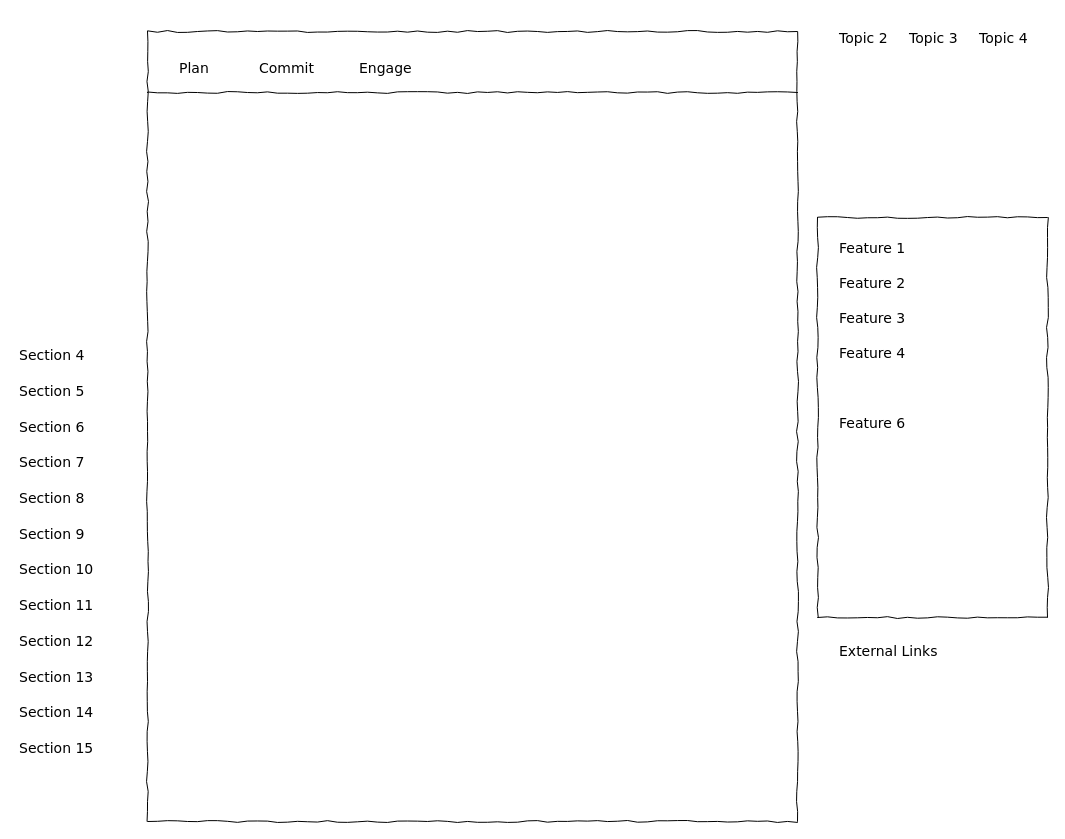
This is Untitled Diagram.drawio from jamesdvance/meal_maker, a draw.io file, before an edit. Source tidied: cells renumbered, new cells numbered last; positions are measured from the earlier drawing's top-left corner, leaving out a move shared by most shapes. Both pictures are drawn from the tidied source at 100%, with x=0, y=0 at pixel (17, 27). Pictures stored in the file or linked from it are replaced by grey dashed boxes.
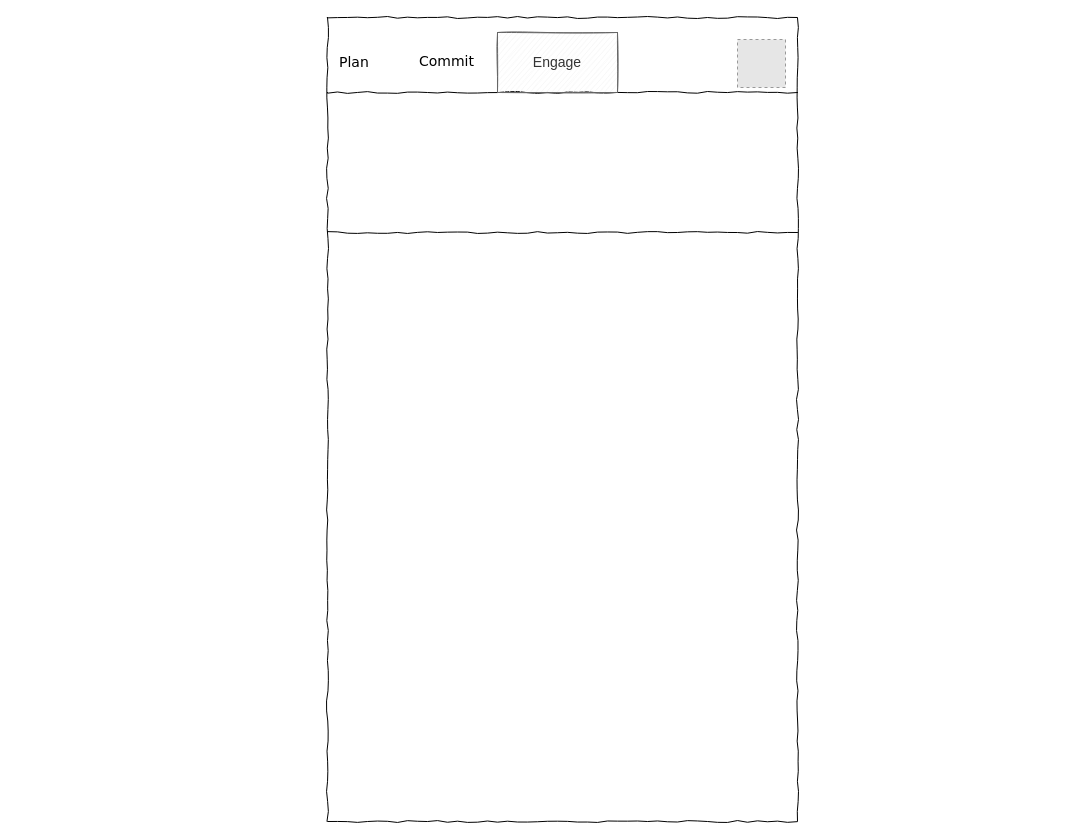
Above is the later version.

The edit, as a diff of the source:
```diff
@@
     <mxCell id="2" style="whiteSpace=wrap;html=1;rounded=0;shadow=0;labelBackgroundColor=none;strokeColor=#000000;strokeWidth=1;fillColor=none;fontFamily=Verdana;fontSize=12;fontColor=#000000;align=center;comic=1;" parent="1" vertex="1">
-      <mxGeometry x="130" y="4" width="650" height="790" as="geometry" />
+      <mxGeometry x="310" y="-10" width="470" height="804" as="geometry" />
     </mxCell>
-    <mxCell id="3" value="Plan" style="text;html=1;align=left;verticalAlign=top;spacingTop=-4;fontSize=14;fontFamily=Verdana;" parent="1" vertex="1">
-      <mxGeometry x="160" y="30" width="60" height="20" as="geometry" />
+    <mxCell id="3" value="Plan" style="text;html=1;align=left;verticalAlign=middle;spacingTop=-4;fontSize=14;fontFamily=Verdana;" parent="1" vertex="1">
+      <mxGeometry x="320" y="7" width="60" height="60" as="geometry" />
     </mxCell>
-    <mxCell id="4" value="Topic 2" style="text;html=1;align=left;verticalAlign=top;spacingTop=-4;fontSize=14;fontFamily=Verdana;" parent="1" vertex="1">
-      <mxGeometry x="820" width="60" height="20" as="geometry" />
-    </mxCell>
-    <mxCell id="5" value="Topic 3" style="text;html=1;align=left;verticalAlign=top;spacingTop=-4;fontSize=14;fontFamily=Verdana;" parent="1" vertex="1">
-      <mxGeometry x="890" width="60" height="20" as="geometry" />
-    </mxCell>
-    <mxCell id="6" value="Topic 4" style="text;html=1;align=left;verticalAlign=top;spacingTop=-4;fontSize=14;fontFamily=Verdana;" parent="1" vertex="1">
-      <mxGeometry x="960" width="60" height="20" as="geometry" />
-    </mxCell>
     <mxCell id="7" style="line;strokeWidth=1;html=1;rounded=0;shadow=0;labelBackgroundColor=none;fillColor=none;fontFamily=Verdana;fontSize=14;fontColor=#000000;align=center;comic=1;" parent="1" vertex="1">
-      <mxGeometry x="130" y="60" width="650" height="10" as="geometry" />
+      <mxGeometry x="310" y="60" width="470" height="10" as="geometry" />
     </mxCell>
-    <mxCell id="8" style="whiteSpace=wrap;html=1;rounded=0;shadow=0;labelBackgroundColor=none;strokeWidth=1;fillColor=none;fontFamily=Verdana;fontSize=12;align=center;comic=1;" parent="1" vertex="1">
-      <mxGeometry x="800" y="190" width="230" height="400" as="geometry" />
-    </mxCell>
-    <mxCell id="9" value="Section 4" style="text;html=1;align=left;verticalAlign=top;spacingTop=-4;fontSize=14;fontFamily=Verdana;" parent="1" vertex="1">
-      <mxGeometry y="317" width="170" height="20" as="geometry" />
-    </mxCell>
-    <mxCell id="10" value="Section 7" style="text;html=1;align=left;verticalAlign=top;spacingTop=-4;fontSize=14;fontFamily=Verdana;" parent="1" vertex="1">
-      <mxGeometry y="424" width="170" height="20" as="geometry" />
-    </mxCell>
-    <mxCell id="11" value="Section 8" style="text;html=1;align=left;verticalAlign=top;spacingTop=-4;fontSize=14;fontFamily=Verdana;" parent="1" vertex="1">
-      <mxGeometry y="460" width="170" height="20" as="geometry" />
-    </mxCell>
-    <mxCell id="12" value="Section 9" style="text;html=1;align=left;verticalAlign=top;spacingTop=-4;fontSize=14;fontFamily=Verdana;" parent="1" vertex="1">
-      <mxGeometry y="496" width="170" height="20" as="geometry" />
-    </mxCell>
-    <mxCell id="13" value="Section 10" style="text;html=1;align=left;verticalAlign=top;spacingTop=-4;fontSize=14;fontFamily=Verdana;" parent="1" vertex="1">
-      <mxGeometry y="531" width="170" height="20" as="geometry" />
-    </mxCell>
-    <mxCell id="14" value="Section 11" style="text;html=1;align=left;verticalAlign=top;spacingTop=-4;fontSize=14;fontFamily=Verdana;" parent="1" vertex="1">
-      <mxGeometry y="567" width="170" height="20" as="geometry" />
-    </mxCell>
-    <mxCell id="15" value="Section 12" style="text;html=1;align=left;verticalAlign=top;spacingTop=-4;fontSize=14;fontFamily=Verdana;" parent="1" vertex="1">
-      <mxGeometry y="603" width="170" height="20" as="geometry" />
-    </mxCell>
-    <mxCell id="16" value="Section 13" style="text;html=1;align=left;verticalAlign=top;spacingTop=-4;fontSize=14;fontFamily=Verdana;" parent="1" vertex="1">
-      <mxGeometry y="639" width="170" height="20" as="geometry" />
-    </mxCell>
-    <mxCell id="17" value="Section 14" style="text;html=1;align=left;verticalAlign=top;spacingTop=-4;fontSize=14;fontFamily=Verdana;" parent="1" vertex="1">
-      <mxGeometry y="674" width="170" height="20" as="geometry" />
-    </mxCell>
-    <mxCell id="18" value="Section 5" style="text;html=1;align=left;verticalAlign=top;spacingTop=-4;fontSize=14;fontFamily=Verdana;" parent="1" vertex="1">
-      <mxGeometry y="353" width="170" height="20" as="geometry" />
-    </mxCell>
-    <mxCell id="19" value="Section 6" style="text;html=1;align=left;verticalAlign=top;spacingTop=-4;fontSize=14;fontFamily=Verdana;" parent="1" vertex="1">
-      <mxGeometry y="389" width="170" height="20" as="geometry" />
-    </mxCell>
-    <mxCell id="20" value="Section 15" style="text;html=1;align=left;verticalAlign=top;spacingTop=-4;fontSize=14;fontFamily=Verdana;" parent="1" vertex="1">
-      <mxGeometry y="710" width="170" height="20" as="geometry" />
-    </mxCell>
-    <mxCell id="21" value="External Links" style="text;html=1;align=left;verticalAlign=top;spacingTop=-4;fontSize=14;fontFamily=Verdana;" parent="1" vertex="1">
-      <mxGeometry x="820" y="613" width="170" height="20" as="geometry" />
-    </mxCell>
-    <mxCell id="22" value="Feature 1" style="text;html=1;align=left;verticalAlign=top;spacingTop=-4;fontSize=14;fontFamily=Verdana;" parent="1" vertex="1">
-      <mxGeometry x="820" y="210" width="170" height="20" as="geometry" />
-    </mxCell>
-    <mxCell id="23" value="Feature 2" style="text;html=1;align=left;verticalAlign=top;spacingTop=-4;fontSize=14;fontFamily=Verdana;" parent="1" vertex="1">
-      <mxGeometry x="820" y="245" width="170" height="20" as="geometry" />
-    </mxCell>
-    <mxCell id="24" value="Feature 3" style="text;html=1;align=left;verticalAlign=top;spacingTop=-4;fontSize=14;fontFamily=Verdana;" parent="1" vertex="1">
-      <mxGeometry x="820" y="280" width="170" height="20" as="geometry" />
-    </mxCell>
-    <mxCell id="25" value="Feature 4" style="text;html=1;align=left;verticalAlign=top;spacingTop=-4;fontSize=14;fontFamily=Verdana;" parent="1" vertex="1">
-      <mxGeometry x="820" y="315" width="170" height="20" as="geometry" />
-    </mxCell>
-    <mxCell id="26" value="Feature 6" style="text;html=1;align=left;verticalAlign=top;spacingTop=-4;fontSize=14;fontFamily=Verdana;" parent="1" vertex="1">
-      <mxGeometry x="820" y="385" width="170" height="20" as="geometry" />
-    </mxCell>
-    <mxCell id="27" value="Commit" style="text;html=1;align=left;verticalAlign=top;spacingTop=-4;fontSize=14;fontFamily=Verdana;" parent="1" vertex="1">
-      <mxGeometry x="240" y="30" width="60" height="20" as="geometry" />
+    <mxCell id="27" value="Commit" style="text;html=1;align=left;verticalAlign=middle;spacingTop=-4;fontSize=14;fontFamily=Verdana;" parent="1" vertex="1">
+      <mxGeometry x="400" y="11" width="60" height="50" as="geometry" />
     </mxCell>
-    <mxCell id="28" value="Engage" style="text;html=1;align=left;verticalAlign=top;spacingTop=-4;fontSize=14;fontFamily=Verdana;" parent="1" vertex="1">
-      <mxGeometry x="340" y="30" width="60" height="20" as="geometry" />
+    <mxCell id="28" value="&lt;font style=&quot;font-size: 14px&quot;&gt;Engage&lt;/font&gt;" style="rounded=0;whiteSpace=wrap;html=1;sketch=1;fillColor=#f5f5f5;strokeColor=#666666;fontColor=#333333;" parent="1" vertex="1">
+      <mxGeometry x="480" y="5" width="120" height="60" as="geometry" />
     </mxCell>
+    <mxCell id="29" style="fillColor=#E6E6E6;strokeColor=#999999;dashed=1;html=1;verticalAlign=top;verticalLabelPosition=bottom;labelBackgroundColor=#ffffff;" parent="1" vertex="1">
+      <mxGeometry x="720" y="12" width="48" height="48" as="geometry" />
+    </mxCell>
+    <mxCell id="30" style="line;strokeWidth=1;html=1;rounded=0;shadow=0;labelBackgroundColor=none;fillColor=none;fontFamily=Verdana;fontSize=14;fontColor=#000000;align=center;comic=1;" parent="1" vertex="1">
+      <mxGeometry x="310" y="200" width="470" height="10" as="geometry" />
+    </mxCell>
```
